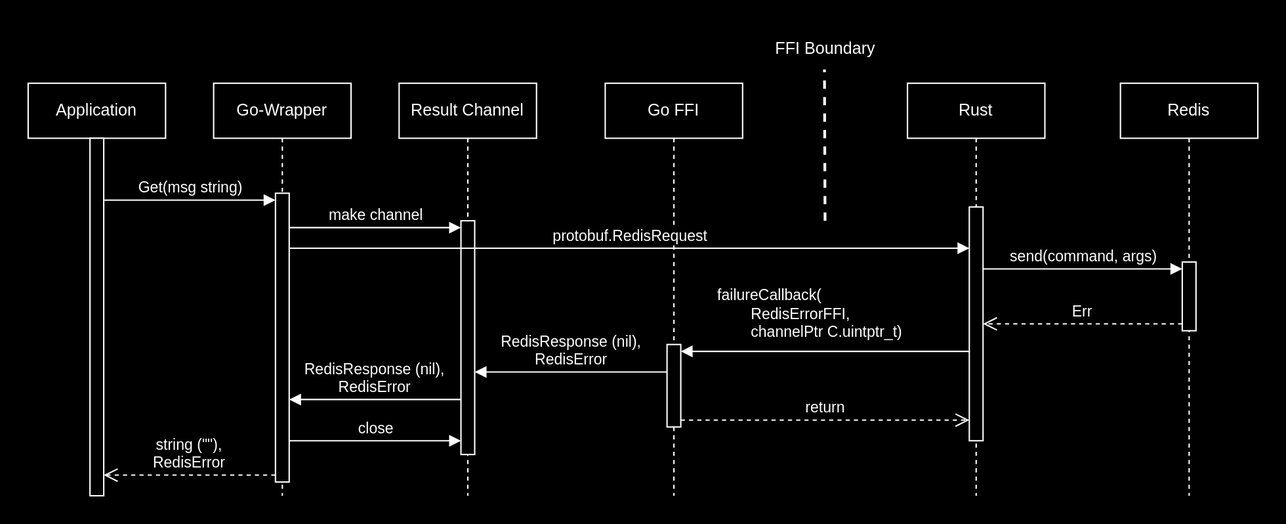
This is docs/img/FFI-request-failure-sequence.svg from Bit-Quill/valkey-glide, a draw.io export, as it was before one commit. Source tidied: cells renumbered, new cells last; positions are measured from the earlier drawing's top-left corner, leaving out a move shared by most shapes.
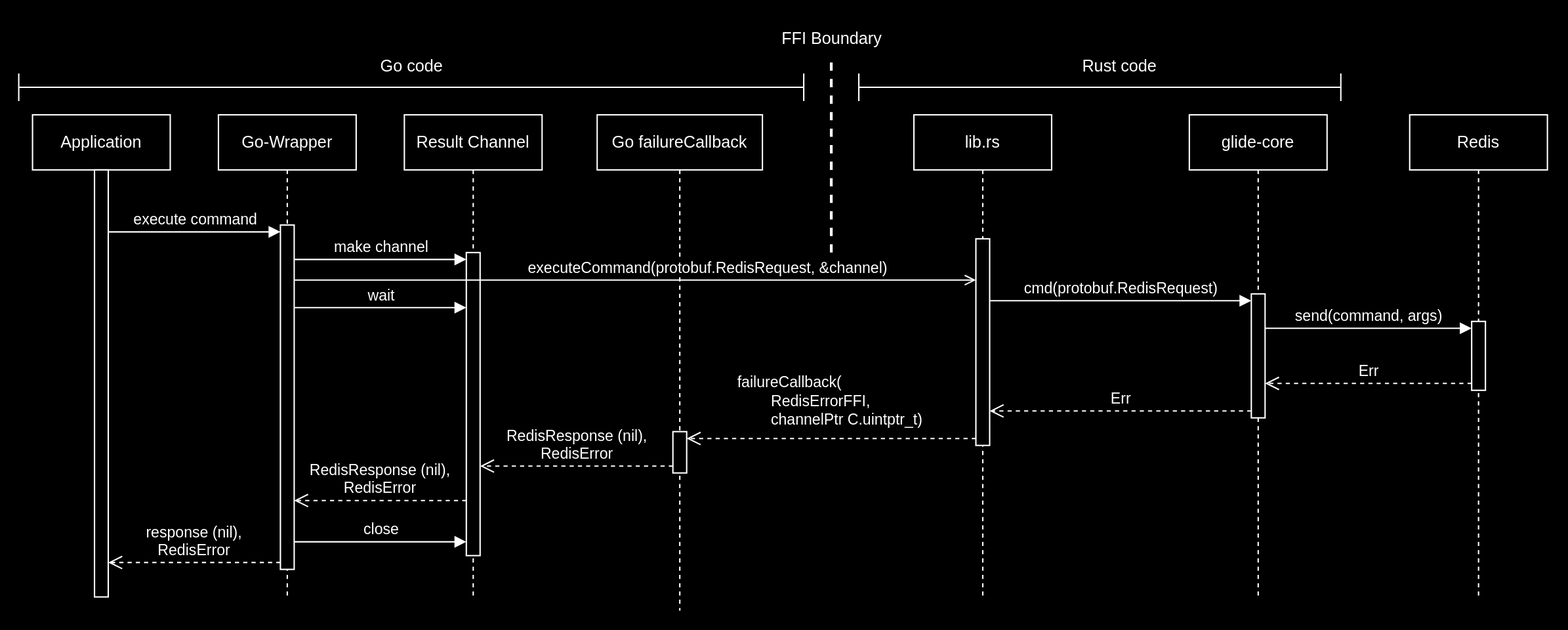
The same diagram one commit later.

The edit, as a diff of the source:
```diff
@@ -2,99 +2,128 @@
   <root>
     <mxCell id="0" />
     <mxCell id="1" parent="0" />
-    <mxCell id="2" value="Go FFI" style="shape=umlLifeline;perimeter=lifelinePerimeter;whiteSpace=wrap;html=1;newEdgeStyle={&quot;edgeStyle&quot;:&quot;elbowEdgeStyle&quot;,&quot;elbow&quot;:&quot;vertical&quot;,&quot;curved&quot;:0,&quot;rounded&quot;:0};" parent="1" vertex="1">
-      <mxGeometry x="420" y="40" width="100" height="300" as="geometry" />
+    <mxCell id="2" value="Go failureCallback" style="shape=umlLifeline;perimeter=lifelinePerimeter;whiteSpace=wrap;html=1;newEdgeStyle={&quot;edgeStyle&quot;:&quot;elbowEdgeStyle&quot;,&quot;elbow&quot;:&quot;vertical&quot;,&quot;curved&quot;:0,&quot;rounded&quot;:0};" parent="1" vertex="1">
+      <mxGeometry x="410" y="40" width="120" height="360" as="geometry" />
     </mxCell>
+    <mxCell id="14" style="html=1;points=[[0,0,0,0,5],[0,1,0,0,-5],[1,0,0,0,5],[1,1,0,0,-5]];perimeter=orthogonalPerimeter;outlineConnect=0;targetShapes=umlLifeline;portConstraint=eastwest;newEdgeStyle={&quot;curved&quot;:0,&quot;rounded&quot;:0};" parent="2" vertex="1">
+      <mxGeometry x="55" y="230" width="10" height="30" as="geometry" />
+    </mxCell>
-    <mxCell id="3" value="Rust" style="shape=umlLifeline;perimeter=lifelinePerimeter;whiteSpace=wrap;html=1;newEdgeStyle={&quot;edgeStyle&quot;:&quot;elbowEdgeStyle&quot;,&quot;elbow&quot;:&quot;vertical&quot;,&quot;curved&quot;:0,&quot;rounded&quot;:0};" parent="1" vertex="1">
-      <mxGeometry x="640" y="40" width="100" height="300" as="geometry" />
+    <mxCell id="3" value="lib.rs" style="shape=umlLifeline;perimeter=lifelinePerimeter;whiteSpace=wrap;html=1;newEdgeStyle={&quot;edgeStyle&quot;:&quot;elbowEdgeStyle&quot;,&quot;elbow&quot;:&quot;vertical&quot;,&quot;curved&quot;:0,&quot;rounded&quot;:0};" parent="1" vertex="1">
+      <mxGeometry x="640" y="40" width="100" height="350" as="geometry" />
     </mxCell>
-    <mxCell id="4" value="Redis" style="shape=umlLifeline;perimeter=lifelinePerimeter;whiteSpace=wrap;html=1;newEdgeStyle={&quot;edgeStyle&quot;:&quot;elbowEdgeStyle&quot;,&quot;elbow&quot;:&quot;vertical&quot;,&quot;curved&quot;:0,&quot;rounded&quot;:0};" parent="1" vertex="1">
-      <mxGeometry x="795" y="40" width="100" height="300" as="geometry" />
+    <mxCell id="4" value="glide-core" style="shape=umlLifeline;perimeter=lifelinePerimeter;whiteSpace=wrap;html=1;newEdgeStyle={&quot;edgeStyle&quot;:&quot;elbowEdgeStyle&quot;,&quot;elbow&quot;:&quot;vertical&quot;,&quot;curved&quot;:0,&quot;rounded&quot;:0};" parent="1" vertex="1">
+      <mxGeometry x="840" y="40" width="100" height="350" as="geometry" />
     </mxCell>
     <mxCell id="5" style="html=1;points=[[0,0,0,0,5],[0,1,0,0,-5],[1,0,0,0,5],[1,1,0,0,-5]];perimeter=orthogonalPerimeter;outlineConnect=0;targetShapes=umlLifeline;portConstraint=eastwest;newEdgeStyle={&quot;curved&quot;:0,&quot;rounded&quot;:0};" parent="4" vertex="1">
-      <mxGeometry x="45" y="130" width="10" height="50" as="geometry" />
+      <mxGeometry x="45" y="130" width="10" height="90" as="geometry" />
     </mxCell>
-    <mxCell id="6" style="endArrow=none;dashed=1;html=1;strokeWidth=2;rounded=0;orthogonal=1;" parent="1" edge="1">
-      <mxGeometry relative="1" as="geometry">
-        <mxPoint x="580" y="140" as="sourcePoint" />
-        <mxPoint x="579.6" y="30" as="targetPoint" />
-      </mxGeometry>
-    </mxCell>
-    <mxCell id="7" value="FFI Boundary" style="text;html=1;align=center;verticalAlign=middle;points=[];strokeColor=none;fillColor=none;" parent="1" vertex="1">
-      <mxGeometry x="530" width="100" height="30" as="geometry" />
-    </mxCell>
     <mxCell id="8" value="Result Channel" style="shape=umlLifeline;perimeter=lifelinePerimeter;whiteSpace=wrap;html=1;newEdgeStyle={&quot;edgeStyle&quot;:&quot;elbowEdgeStyle&quot;,&quot;elbow&quot;:&quot;vertical&quot;,&quot;curved&quot;:0,&quot;rounded&quot;:0};" parent="1" vertex="1">
-      <mxGeometry x="270" y="40" width="100" height="300" as="geometry" />
+      <mxGeometry x="270" y="40" width="100" height="350" as="geometry" />
     </mxCell>
     <mxCell id="9" style="html=1;points=[[0,0,0,0,5],[0,1,0,0,-5],[1,0,0,0,5],[1,1,0,0,-5]];perimeter=orthogonalPerimeter;outlineConnect=0;targetShapes=umlLifeline;portConstraint=eastwest;newEdgeStyle={&quot;curved&quot;:0,&quot;rounded&quot;:0};" parent="8" vertex="1">
-      <mxGeometry x="45" y="100" width="10" height="170" as="geometry" />
+      <mxGeometry x="45" y="100" width="10" height="220" as="geometry" />
     </mxCell>
-    <mxCell id="10" value="protobuf.RedisRequest" style="html=1;verticalAlign=bottom;endArrow=block;curved=0;rounded=0;entryX=0;entryY=0;entryDx=0;entryDy=5;" parent="1" edge="1" source="22">
-      <mxGeometry relative="1" as="geometry">
+    <mxCell id="10" value="executeCommand(protobuf.RedisRequest, &amp;amp;channel)" style="html=1;verticalAlign=bottom;endArrow=open;curved=0;rounded=0;entryX=0;entryY=0;entryDx=0;entryDy=5;endFill=0;" parent="1" edge="1" source="22">
+      <mxGeometry x="0.21" relative="1" as="geometry">
         <mxPoint x="685" y="160" as="targetPoint" />
       </mxGeometry>
     </mxCell>
     <mxCell id="11" value="make channel" style="html=1;verticalAlign=bottom;endArrow=block;curved=0;rounded=0;entryX=0;entryY=0;entryDx=0;entryDy=5;" parent="1" edge="1" source="22" target="9">
       <mxGeometry relative="1" as="geometry" />
     </mxCell>
+    <mxCell id="13" value="cmd(protobuf.RedisRequest)" style="html=1;verticalAlign=bottom;endArrow=block;curved=0;rounded=0;entryX=0;entryY=0;entryDx=0;entryDy=5;entryPerimeter=0;" parent="1" edge="1" source="16" target="5">
+      <mxGeometry relative="1" as="geometry" />
+    </mxCell>
+    <mxCell id="16" style="html=1;points=[[0,0,0,0,5],[0,1,0,0,-5],[1,0,0,0,5],[1,1,0,0,-5]];perimeter=orthogonalPerimeter;outlineConnect=0;targetShapes=umlLifeline;portConstraint=eastwest;newEdgeStyle={&quot;curved&quot;:0,&quot;rounded&quot;:0};" parent="1" vertex="1">
+      <mxGeometry x="685" y="130" width="10" height="150" as="geometry" />
+    </mxCell>
+    <mxCell id="28" value="wait" style="html=1;verticalAlign=bottom;endArrow=block;curved=0;rounded=0;" parent="1" edge="1">
+      <mxGeometry relative="1" as="geometry">
+        <mxPoint x="190" y="180" as="sourcePoint" />
+        <mxPoint x="315" y="180" as="targetPoint" />
+      </mxGeometry>
+    </mxCell>
+    <mxCell id="29" value="Redis" style="shape=umlLifeline;perimeter=lifelinePerimeter;whiteSpace=wrap;html=1;newEdgeStyle={&quot;edgeStyle&quot;:&quot;elbowEdgeStyle&quot;,&quot;elbow&quot;:&quot;vertical&quot;,&quot;curved&quot;:0,&quot;rounded&quot;:0};" parent="1" vertex="1">
+      <mxGeometry x="1000" y="40" width="100" height="350" as="geometry" />
+    </mxCell>
+    <mxCell id="30" style="html=1;points=[[0,0,0,0,5],[0,1,0,0,-5],[1,0,0,0,5],[1,1,0,0,-5]];perimeter=orthogonalPerimeter;outlineConnect=0;targetShapes=umlLifeline;portConstraint=eastwest;newEdgeStyle={&quot;curved&quot;:0,&quot;rounded&quot;:0};" parent="29" vertex="1">
+      <mxGeometry x="45" y="150" width="10" height="50" as="geometry" />
+    </mxCell>
+    <mxCell id="31" value="send(command, args)" style="html=1;verticalAlign=bottom;endArrow=block;curved=0;rounded=0;entryX=0;entryY=0;entryDx=0;entryDy=5;entryPerimeter=0;" parent="1" edge="1" source="5" target="30">
+      <mxGeometry relative="1" as="geometry" />
+    </mxCell>
+    <mxCell id="32" value="Err" style="html=1;verticalAlign=bottom;endArrow=open;dashed=1;endSize=8;curved=0;rounded=0;exitX=0;exitY=1;exitDx=0;exitDy=-5;exitPerimeter=0;" parent="1" edge="1" source="30" target="5">
+      <mxGeometry relative="1" as="geometry" />
+    </mxCell>
     <mxCell id="12" value="Err" style="html=1;verticalAlign=bottom;endArrow=open;dashed=1;endSize=8;curved=0;rounded=0;exitX=0;exitY=1;exitDx=0;exitDy=-5;" parent="1" edge="1" source="5" target="16">
       <mxGeometry relative="1" as="geometry" />
     </mxCell>
-    <mxCell id="13" value="send(command, args)" style="html=1;verticalAlign=bottom;endArrow=block;curved=0;rounded=0;entryX=0;entryY=0;entryDx=0;entryDy=5;entryPerimeter=0;" parent="1" edge="1" source="16" target="5">
-      <mxGeometry relative="1" as="geometry" />
-    </mxCell>
-    <mxCell id="14" style="html=1;points=[[0,0,0,0,5],[0,1,0,0,-5],[1,0,0,0,5],[1,1,0,0,-5]];perimeter=orthogonalPerimeter;outlineConnect=0;targetShapes=umlLifeline;portConstraint=eastwest;newEdgeStyle={&quot;curved&quot;:0,&quot;rounded&quot;:0};" parent="1" vertex="1">
-      <mxGeometry x="465" y="230" width="10" height="60" as="geometry" />
-    </mxCell>
-    <mxCell id="15" value="failureCallback(&lt;br&gt;&amp;nbsp; &amp;nbsp; &amp;nbsp; &amp;nbsp; RedisErrorFFI,&amp;nbsp;&lt;br&gt;&amp;nbsp; &amp;nbsp; &amp;nbsp; &amp;nbsp; channelPtr C.uintptr_t)" style="html=1;verticalAlign=bottom;endArrow=block;curved=0;rounded=0;entryX=1;entryY=0;entryDx=0;entryDy=5;align=left;" parent="1" edge="1" source="16" target="14">
-      <mxGeometry x="0.76" y="-5" relative="1" as="geometry" />
+    <mxCell id="15" value="failureCallback(&lt;br&gt;&amp;nbsp; &amp;nbsp; &amp;nbsp; &amp;nbsp; RedisErrorFFI,&amp;nbsp;&lt;br&gt;&amp;nbsp; &amp;nbsp; &amp;nbsp; &amp;nbsp; channelPtr C.uintptr_t)" style="html=1;verticalAlign=bottom;endArrow=open;curved=0;rounded=0;entryX=1;entryY=0;entryDx=0;entryDy=5;align=left;endFill=0;dashed=1;endSize=8;" parent="1" edge="1" source="16" target="14">
+      <mxGeometry x="0.67" y="-5" relative="1" as="geometry" />
     </mxCell>
-    <mxCell id="16" style="html=1;points=[[0,0,0,0,5],[0,1,0,0,-5],[1,0,0,0,5],[1,1,0,0,-5]];perimeter=orthogonalPerimeter;outlineConnect=0;targetShapes=umlLifeline;portConstraint=eastwest;newEdgeStyle={&quot;curved&quot;:0,&quot;rounded&quot;:0};" parent="1" vertex="1">
-      <mxGeometry x="685" y="130" width="10" height="170" as="geometry" />
-    </mxCell>
-    <mxCell id="17" value="return" style="html=1;verticalAlign=bottom;endArrow=open;dashed=1;endSize=8;curved=0;rounded=0;exitX=1;exitY=1;exitDx=0;exitDy=-5;" parent="1" edge="1" source="14">
-      <mxGeometry relative="1" as="geometry">
-        <mxPoint x="685" y="285" as="targetPoint" />
-      </mxGeometry>
-    </mxCell>
-    <mxCell id="18" style="group;" parent="1" vertex="1">
-      <mxGeometry y="40" width="235" height="300" as="geometry" />
-    </mxCell>
+    <mxCell id="26" value="close" style="html=1;verticalAlign=bottom;endArrow=block;curved=0;rounded=0;entryX=0;entryY=0;entryDx=0;entryDy=5;" parent="1" edge="1">
+      <mxGeometry relative="1" as="geometry">
+        <mxPoint x="190" y="350" as="sourcePoint" />
+        <mxPoint x="315" y="350" as="targetPoint" />
+      </mxGeometry>
+    </mxCell>
+    <mxCell id="27" value="RedisResponse (nil),&lt;br&gt;RedisError" style="html=1;verticalAlign=bottom;endArrow=open;curved=0;rounded=0;exitX=0;exitY=1;exitDx=0;exitDy=-5;exitPerimeter=0;endFill=0;dashed=1;endSize=8;" parent="1" edge="1" source="14">
+      <mxGeometry relative="1" as="geometry">
+        <mxPoint x="325" y="295" as="targetPoint" />
+      </mxGeometry>
+    </mxCell>
-    <mxCell id="19" value="Application" style="shape=umlLifeline;perimeter=lifelinePerimeter;whiteSpace=wrap;html=1;newEdgeStyle={&quot;edgeStyle&quot;:&quot;elbowEdgeStyle&quot;,&quot;elbow&quot;:&quot;vertical&quot;,&quot;curved&quot;:0,&quot;rounded&quot;:0};" parent="18" vertex="1">
-      <mxGeometry width="100" height="300" as="geometry" />
+    <mxCell id="19" value="Application" style="shape=umlLifeline;perimeter=lifelinePerimeter;whiteSpace=wrap;html=1;newEdgeStyle={&quot;edgeStyle&quot;:&quot;elbowEdgeStyle&quot;,&quot;elbow&quot;:&quot;vertical&quot;,&quot;curved&quot;:0,&quot;rounded&quot;:0};" parent="1" vertex="1">
+      <mxGeometry y="40" width="100" height="350" as="geometry" />
     </mxCell>
     <mxCell id="20" style="html=1;points=[];perimeter=orthogonalPerimeter;outlineConnect=0;targetShapes=umlLifeline;portConstraint=eastwest;newEdgeStyle={&quot;edgeStyle&quot;:&quot;elbowEdgeStyle&quot;,&quot;elbow&quot;:&quot;vertical&quot;,&quot;curved&quot;:0,&quot;rounded&quot;:0};" parent="19" vertex="1">
-      <mxGeometry x="45" y="40" width="10" height="260" as="geometry" />
+      <mxGeometry x="45" y="40" width="10" height="310" as="geometry" />
     </mxCell>
-    <mxCell id="21" value="Go-Wrapper" style="shape=umlLifeline;perimeter=lifelinePerimeter;whiteSpace=wrap;html=1;newEdgeStyle={&quot;edgeStyle&quot;:&quot;elbowEdgeStyle&quot;,&quot;elbow&quot;:&quot;vertical&quot;,&quot;curved&quot;:0,&quot;rounded&quot;:0};" parent="18" vertex="1">
-      <mxGeometry x="135" width="100" height="300" as="geometry" />
+    <mxCell id="21" value="Go-Wrapper" style="shape=umlLifeline;perimeter=lifelinePerimeter;whiteSpace=wrap;html=1;newEdgeStyle={&quot;edgeStyle&quot;:&quot;elbowEdgeStyle&quot;,&quot;elbow&quot;:&quot;vertical&quot;,&quot;curved&quot;:0,&quot;rounded&quot;:0};" parent="1" vertex="1">
+      <mxGeometry x="135" y="40" width="100" height="350" as="geometry" />
     </mxCell>
     <mxCell id="22" style="html=1;points=[[0,0,0,0,5],[0,1,0,0,-5],[1,0,0,0,5],[1,1,0,0,-5]];perimeter=orthogonalPerimeter;outlineConnect=0;targetShapes=umlLifeline;portConstraint=eastwest;newEdgeStyle={&quot;curved&quot;:0,&quot;rounded&quot;:0};" parent="21" vertex="1">
-      <mxGeometry x="45" y="80" width="10" height="210" as="geometry" />
+      <mxGeometry x="45" y="80" width="10" height="250" as="geometry" />
     </mxCell>
-    <mxCell id="23" value="Get(msg string)" style="html=1;verticalAlign=bottom;endArrow=block;curved=0;rounded=0;entryX=0;entryY=0;entryDx=0;entryDy=5;" parent="18" edge="1" source="20" target="22">
+    <mxCell id="23" value="execute command" style="html=1;verticalAlign=bottom;endArrow=block;curved=0;rounded=0;entryX=0;entryY=0;entryDx=0;entryDy=5;" parent="1" edge="1" source="20" target="22">
       <mxGeometry relative="1" as="geometry" />
     </mxCell>
-    <mxCell id="24" value="string (&quot;&quot;), &lt;br&gt;RedisError" style="html=1;verticalAlign=bottom;endArrow=open;dashed=1;endSize=8;curved=0;rounded=0;exitX=0;exitY=1;exitDx=0;exitDy=-5;" parent="18" edge="1" source="22" target="20">
+    <mxCell id="24" value="response (nil), &lt;br&gt;RedisError" style="html=1;verticalAlign=bottom;endArrow=open;dashed=1;endSize=8;curved=0;rounded=0;exitX=0;exitY=1;exitDx=0;exitDy=-5;" parent="1" edge="1" source="22" target="20">
       <mxGeometry relative="1" as="geometry" />
     </mxCell>
-    <mxCell id="25" value="RedisResponse (nil),&lt;br&gt;RedisError" style="html=1;verticalAlign=bottom;endArrow=block;curved=0;rounded=0;" parent="18" edge="1">
+    <mxCell id="25" value="RedisResponse (nil),&lt;br&gt;RedisError" style="html=1;verticalAlign=bottom;endArrow=open;curved=0;rounded=0;endFill=0;dashed=1;endSize=8;" parent="1" edge="1">
       <mxGeometry relative="1" as="geometry">
-        <mxPoint x="315" y="230" as="sourcePoint" />
-        <mxPoint x="190" y="230" as="targetPoint" />
+        <mxPoint x="315" y="320" as="sourcePoint" />
+        <mxPoint x="190" y="320" as="targetPoint" />
       </mxGeometry>
     </mxCell>
-    <mxCell id="26" value="close" style="html=1;verticalAlign=bottom;endArrow=block;curved=0;rounded=0;entryX=0;entryY=0;entryDx=0;entryDy=5;" parent="1" edge="1">
-      <mxGeometry relative="1" as="geometry">
-        <mxPoint x="190" y="300" as="sourcePoint" />
-        <mxPoint x="315" y="300" as="targetPoint" />
-      </mxGeometry>
-    </mxCell>
-    <mxCell id="27" value="RedisResponse (nil),&lt;br&gt;RedisError" style="html=1;verticalAlign=bottom;endArrow=block;curved=0;rounded=0;exitX=0;exitY=0;exitDx=0;exitDy=5;exitPerimeter=0;" parent="1" edge="1">
-      <mxGeometry relative="1" as="geometry">
-        <mxPoint x="465" y="250" as="sourcePoint" />
-        <mxPoint x="325" y="250" as="targetPoint" />
-      </mxGeometry>
-    </mxCell>
+    <mxCell id="33" style="group;" parent="1" vertex="1">
+      <mxGeometry x="530" y="-30" width="100" height="170" as="geometry" />
+    </mxCell>
+    <mxCell id="6" style="endArrow=none;dashed=1;html=1;strokeWidth=2;rounded=0;orthogonal=1;entryX=0.5;entryY=1.05;entryDx=0;entryDy=0;entryPerimeter=0;" parent="33" edge="1" target="7">
+      <mxGeometry relative="1" as="geometry">
+        <mxPoint x="50" y="170" as="sourcePoint" />
+      </mxGeometry>
+    </mxCell>
+    <mxCell id="7" value="FFI Boundary" style="text;html=1;align=center;verticalAlign=middle;points=[];strokeColor=none;fillColor=none;" parent="33" vertex="1">
+      <mxGeometry width="100" height="30" as="geometry" />
+    </mxCell>
+    <mxCell id="34" style="group;" parent="1" vertex="1">
+      <mxGeometry x="-10" y="-10" width="570" height="40" as="geometry" />
+    </mxCell>
+    <mxCell id="35" style="shape=crossbar;whiteSpace=wrap;html=1;rounded=1;" parent="34" vertex="1">
+      <mxGeometry y="20" width="570" height="20" as="geometry" />
+    </mxCell>
+    <mxCell id="36" value="Go code" style="text;html=1;align=center;verticalAlign=middle;strokeColor=none;fillColor=none;" parent="34" vertex="1">
+      <mxGeometry x="250" width="70" height="30" as="geometry" />
+    </mxCell>
+    <mxCell id="37" style="group;" parent="1" vertex="1">
+      <mxGeometry x="600" y="-10" width="350" height="40" as="geometry" />
+    </mxCell>
+    <mxCell id="38" style="shape=crossbar;whiteSpace=wrap;html=1;rounded=1;" parent="37" vertex="1">
+      <mxGeometry y="20" width="350" height="20" as="geometry" />
+    </mxCell>
+    <mxCell id="39" value="Rust code" style="text;html=1;align=center;verticalAlign=middle;strokeColor=none;fillColor=none;" parent="37" vertex="1">
+      <mxGeometry x="148.6" width="80" height="30" as="geometry" />
+    </mxCell>
   </root>
 </mxGraphModel>
```
